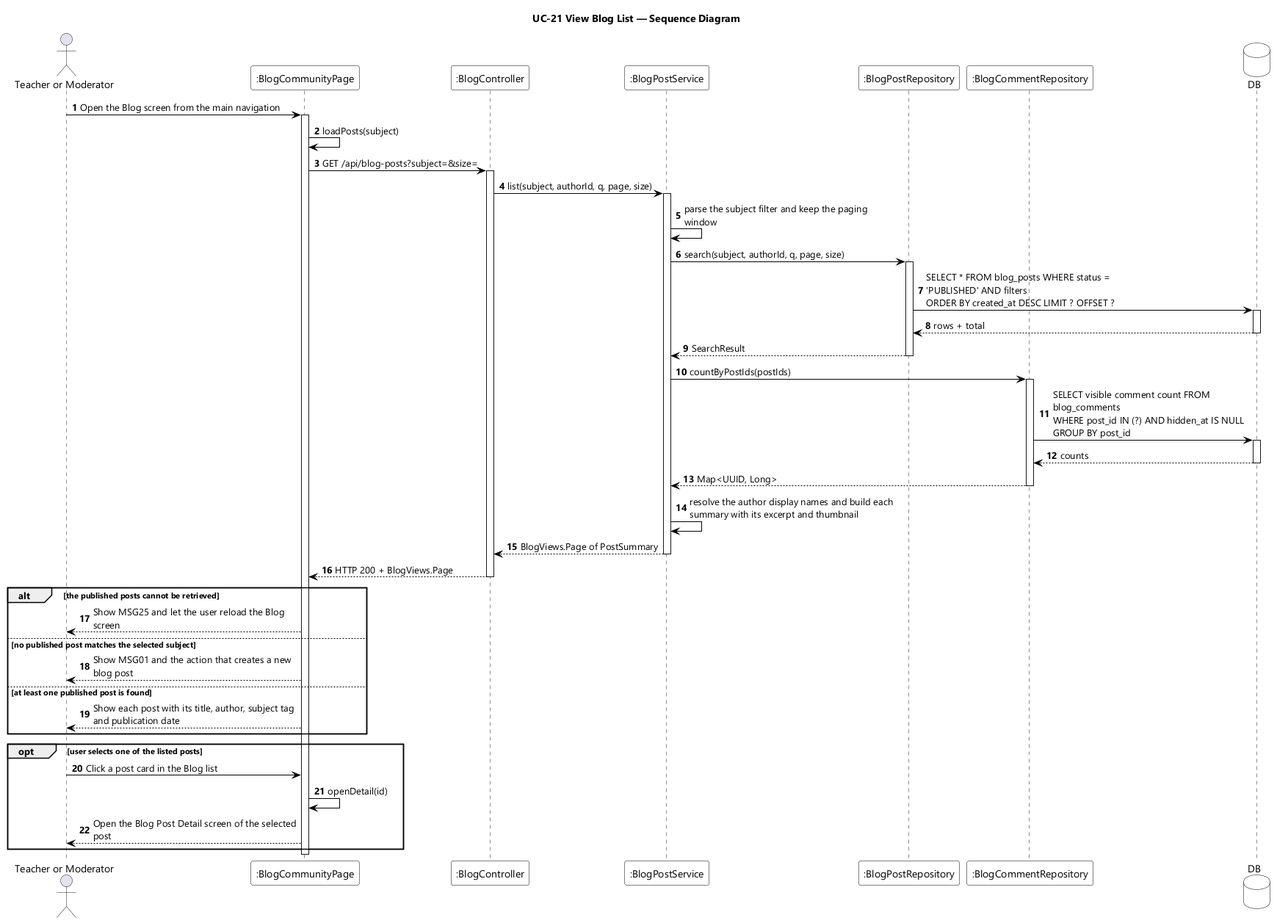
Above: designs/sds-diagrams/uc21/uc21-sequence-diagram.png in EduA-system/EduA-system (PlantUML), before the change. The source it was exported from:
```plantuml
@startuml UC-21 View Blog List - Sequence Diagram
skinparamlocked dpi 96
skinparam defaultFontName "Segoe UI"
skinparam shadowing false
skinparam ParticipantBackgroundColor #FFFFFF
skinparam ParticipantBorderColor #000000
skinparam DatabaseBackgroundColor #FFFFFF
skinparam DatabaseBorderColor #000000
skinparam ArrowColor #000000
skinparam sequenceMessageAlign left
skinparam maxMessageSize 280
title UC-21 View Blog List — Sequence Diagram

actor "Teacher or Moderator" as User
participant ":BlogCommunityPage" as UI
participant ":BlogController" as CTL
participant ":BlogPostService" as SVC
participant ":BlogPostRepository" as POSTS
participant ":BlogCommentRepository" as COMMENTS
database DB

autonumber
User -> UI : Open the Blog screen from the main navigation
activate UI
UI -> UI : loadPosts(subject)
UI -> CTL : GET /api/blog-posts?subject=&size=
activate CTL
CTL -> SVC : list(subject, authorId, q, page, size)
activate SVC
SVC -> SVC : parse the subject filter and keep the paging window
SVC -> POSTS : search(subject, authorId, q, page, size)
activate POSTS
POSTS -> DB : SELECT * FROM blog_posts WHERE status = 'PUBLISHED' AND filters\nORDER BY created_at DESC LIMIT ? OFFSET ?
activate DB
DB --> POSTS : rows + total
deactivate DB
POSTS --> SVC : SearchResult
deactivate POSTS
SVC -> COMMENTS : countByPostIds(postIds)
activate COMMENTS
COMMENTS -> DB : SELECT visible comment count FROM blog_comments\nWHERE post_id IN (?) AND hidden_at IS NULL GROUP BY post_id
activate DB
DB --> COMMENTS : counts
deactivate DB
COMMENTS --> SVC : Map<UUID, Long>
deactivate COMMENTS
SVC -> SVC : resolve the author display names and build each summary with its excerpt and thumbnail
SVC --> CTL : BlogViews.Page of PostSummary
deactivate SVC
CTL --> UI : HTTP 200 + BlogViews.Page
deactivate CTL

alt the published posts cannot be retrieved
  UI --> User : Show MSG25 and let the user reload the Blog screen
else no published post matches the selected subject
  UI --> User : Show MSG01 and the action that creates a new blog post
else at least one published post is found
  UI --> User : Show each post with its title, author, subject tag and publication date
end

opt user selects one of the listed posts
  User -> UI : Click a post card in the Blog list
  UI -> UI : openDetail(id)
  UI --> User : Open the Blog Post Detail screen of the selected post
end
deactivate UI
@enduml
```
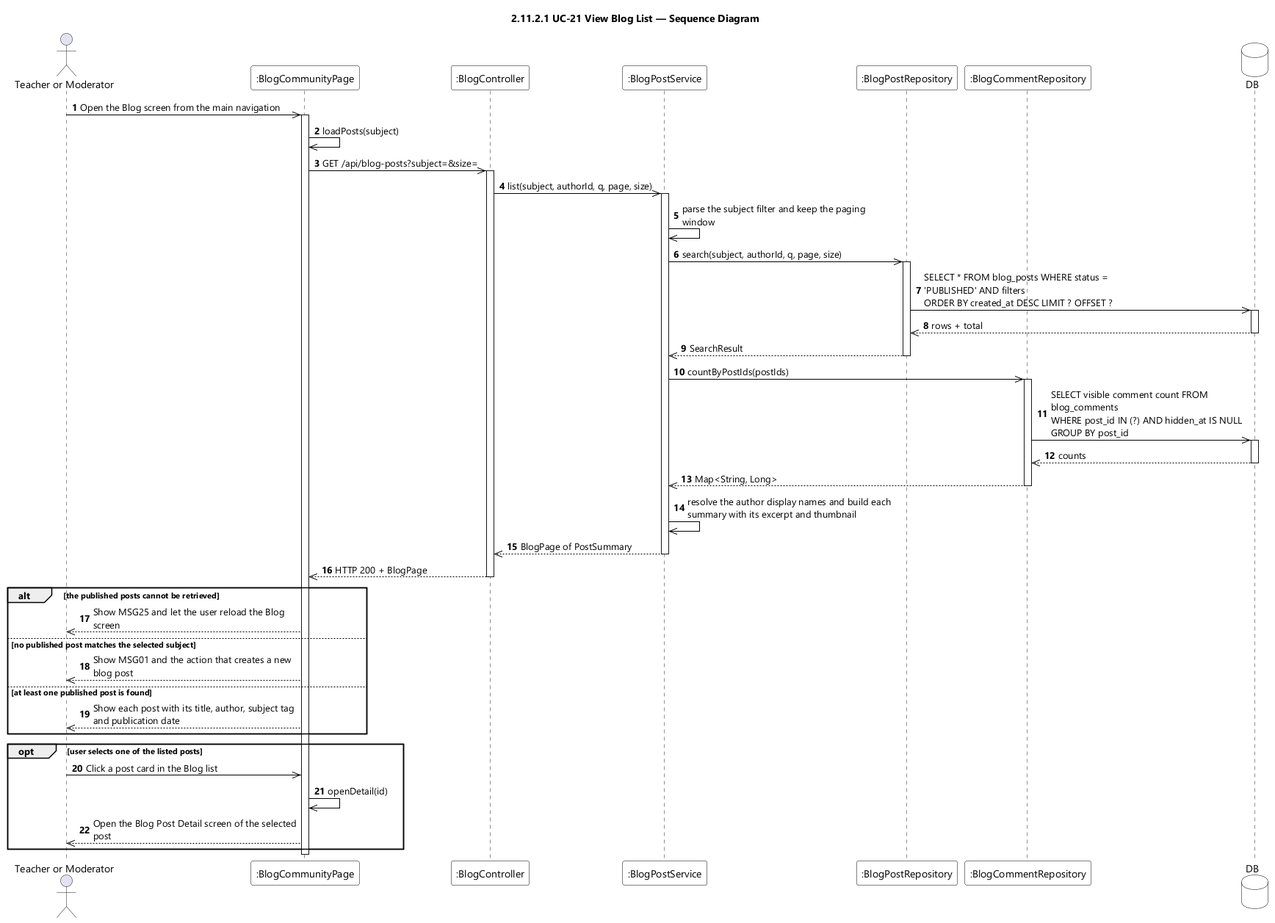
The same diagram one commit later.

What changed in the source:
```diff
@@ -9,7 +9,7 @@
 skinparam ArrowColor #000000
 skinparam sequenceMessageAlign left
 skinparam maxMessageSize 280
-title UC-21 View Blog List — Sequence Diagram
+title 2.11.2.1 UC-21 View Blog List — Sequence Diagram
 
 actor "Teacher or Moderator" as User
 participant ":BlogCommunityPage" as UI
@@ -20,48 +20,48 @@
 database DB
 
 autonumber
-User -> UI : Open the Blog screen from the main navigation
+User ->> UI : Open the Blog screen from the main navigation
 activate UI
-UI -> UI : loadPosts(subject)
-UI -> CTL : GET /api/blog-posts?subject=&size=
+UI ->> UI : loadPosts(subject)
+UI ->> CTL : GET /api/blog-posts?subject=&size=
 activate CTL
-CTL -> SVC : list(subject, authorId, q, page, size)
+CTL ->> SVC : list(subject, authorId, q, page, size)
 activate SVC
-SVC -> SVC : parse the subject filter and keep the paging window
-SVC -> POSTS : search(subject, authorId, q, page, size)
+SVC ->> SVC : parse the subject filter and keep the paging window
+SVC ->> POSTS : search(subject, authorId, q, page, size)
 activate POSTS
-POSTS -> DB : SELECT * FROM blog_posts WHERE status = 'PUBLISHED' AND filters\nORDER BY created_at DESC LIMIT ? OFFSET ?
+POSTS ->> DB : SELECT * FROM blog_posts WHERE status = 'PUBLISHED' AND filters\nORDER BY created_at DESC LIMIT ? OFFSET ?
 activate DB
-DB --> POSTS : rows + total
+DB -->> POSTS : rows + total
 deactivate DB
-POSTS --> SVC : SearchResult
+POSTS -->> SVC : SearchResult
 deactivate POSTS
-SVC -> COMMENTS : countByPostIds(postIds)
+SVC ->> COMMENTS : countByPostIds(postIds)
 activate COMMENTS
-COMMENTS -> DB : SELECT visible comment count FROM blog_comments\nWHERE post_id IN (?) AND hidden_at IS NULL GROUP BY post_id
+COMMENTS ->> DB : SELECT visible comment count FROM blog_comments\nWHERE post_id IN (?) AND hidden_at IS NULL GROUP BY post_id
 activate DB
-DB --> COMMENTS : counts
+DB -->> COMMENTS : counts
 deactivate DB
-COMMENTS --> SVC : Map<UUID, Long>
+COMMENTS -->> SVC : Map<String, Long>
 deactivate COMMENTS
-SVC -> SVC : resolve the author display names and build each summary with its excerpt and thumbnail
-SVC --> CTL : BlogViews.Page of PostSummary
+SVC ->> SVC : resolve the author display names and build each summary with its excerpt and thumbnail
+SVC -->> CTL : BlogPage of PostSummary
 deactivate SVC
-CTL --> UI : HTTP 200 + BlogViews.Page
+CTL -->> UI : HTTP 200 + BlogPage
 deactivate CTL
 
 alt the published posts cannot be retrieved
-  UI --> User : Show MSG25 and let the user reload the Blog screen
+  UI -->> User : Show MSG25 and let the user reload the Blog screen
 else no published post matches the selected subject
-  UI --> User : Show MSG01 and the action that creates a new blog post
+  UI -->> User : Show MSG01 and the action that creates a new blog post
 else at least one published post is found
-  UI --> User : Show each post with its title, author, subject tag and publication date
+  UI -->> User : Show each post with its title, author, subject tag and publication date
 end
 
 opt user selects one of the listed posts
-  User -> UI : Click a post card in the Blog list
-  UI -> UI : openDetail(id)
-  UI --> User : Open the Blog Post Detail screen of the selected post
+  User ->> UI : Click a post card in the Blog list
+  UI ->> UI : openDetail(id)
+  UI -->> User : Open the Blog Post Detail screen of the selected post
 end
 deactivate UI
 @enduml
```
